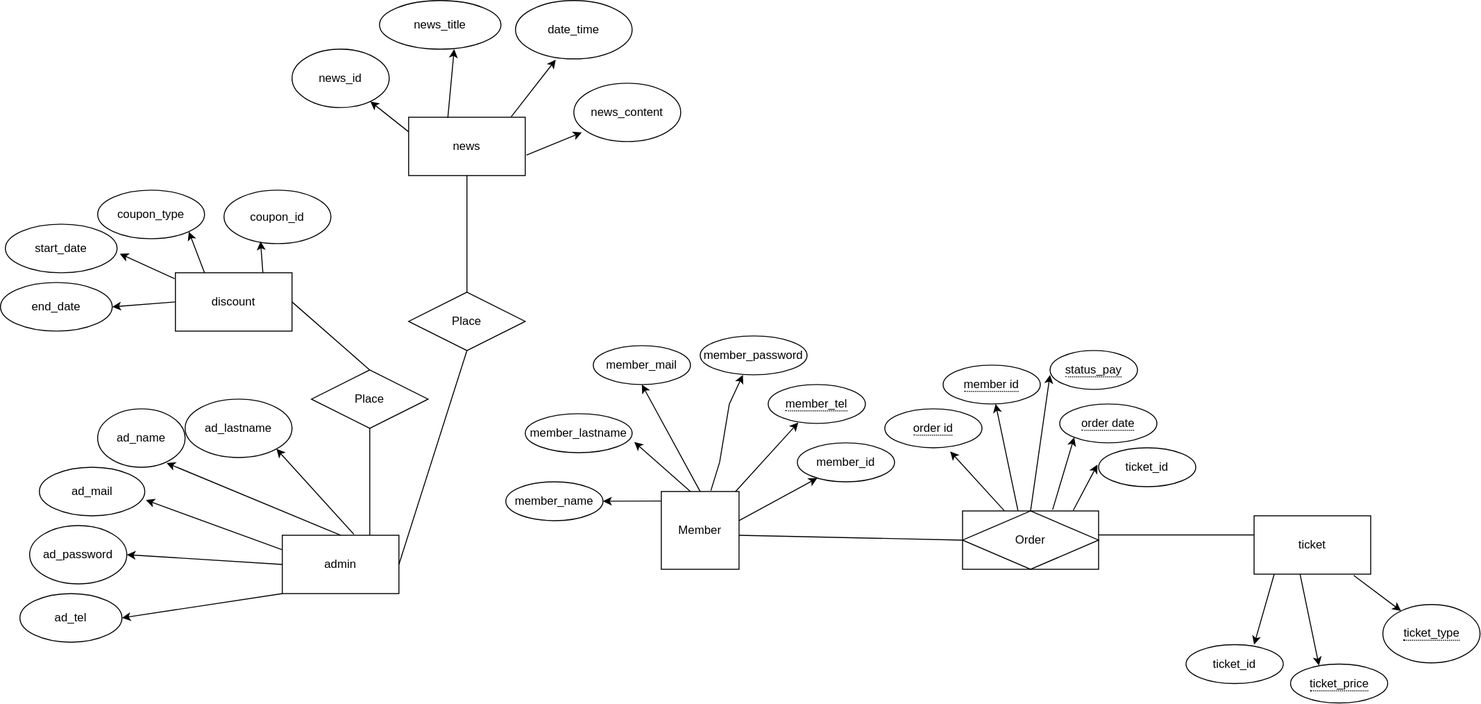
Before: ER.drawio.svg, a diagram exported from draw.io (Jhutatip/Project_kao). Source tidied: cells renumbered, new cells last; positions are measured from the earlier drawing's top-left corner, leaving out a move shared by most shapes.
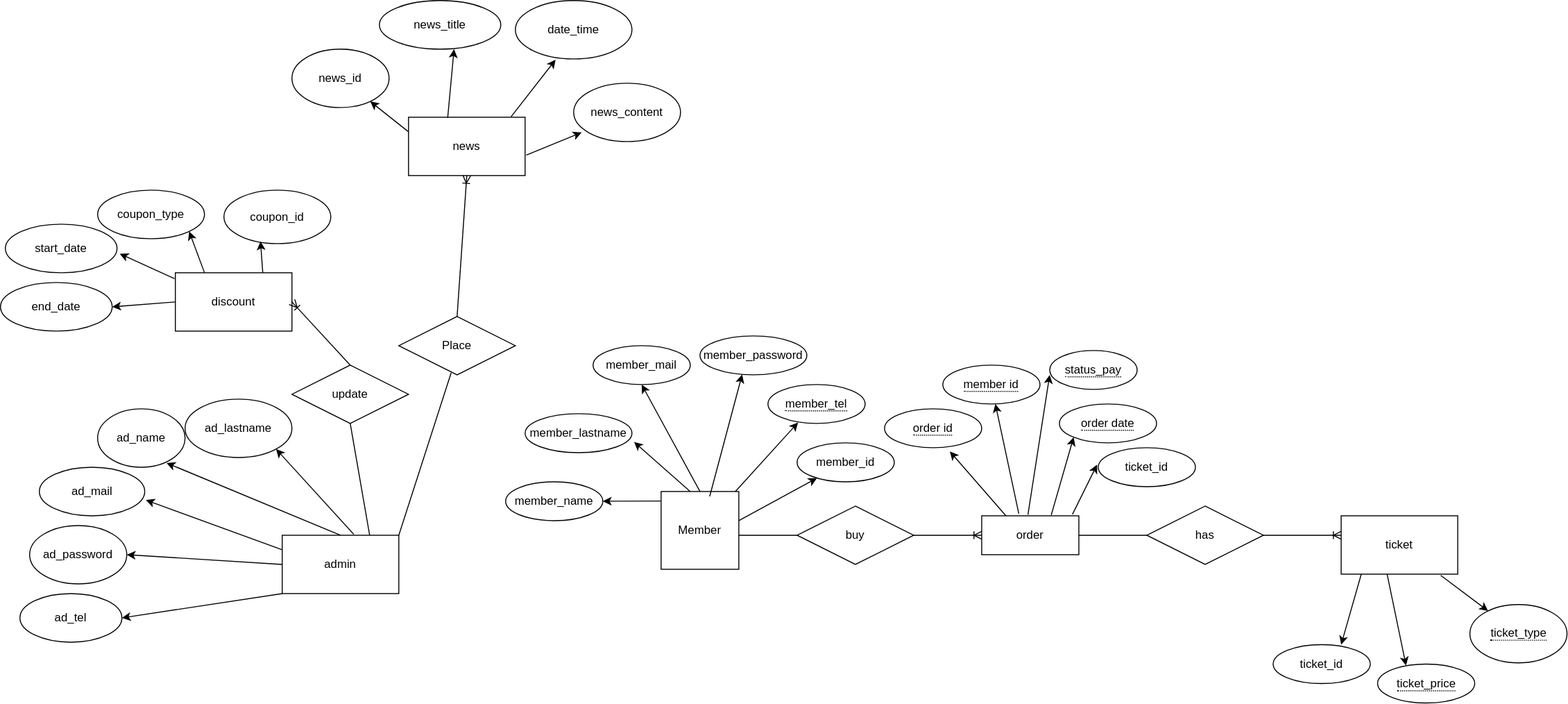
Above is the later version.

Diff of the diagram source:
```diff
@@ -89,65 +89,8 @@
     <mxCell id="30" style="endArrow=classic;html=1;rounded=0;entryX=1;entryY=0.5;entryDx=0;entryDy=0;exitX=0;exitY=0.5;exitDx=0;exitDy=0;" parent="1" edge="1" source="2" target="28">
       <mxGeometry relative="1" as="geometry" />
     </mxCell>
-    <mxCell id="31" style="group;" parent="1" vertex="1">
-      <mxGeometry x="520" y="345" width="400" height="240" as="geometry" />
-    </mxCell>
-    <mxCell id="32" value="Member" style="whiteSpace=wrap;html=1;" parent="31" vertex="1">
-      <mxGeometry x="160" y="160" width="80" height="80" as="geometry" />
-    </mxCell>
-    <mxCell id="33" value="&lt;span style=&quot;border-bottom: 1px dotted&quot;&gt;member_tel&lt;/span&gt;" style="ellipse;whiteSpace=wrap;html=1;align=center;" parent="31" vertex="1">
-      <mxGeometry x="270" y="50" width="100" height="40" as="geometry" />
-    </mxCell>
-    <mxCell id="34" value="member_lastname" style="ellipse;whiteSpace=wrap;html=1;align=center;" parent="31" vertex="1">
-      <mxGeometry x="20" y="80" width="110" height="40" as="geometry" />
-    </mxCell>
-    <mxCell id="35" value="member_mail" style="ellipse;whiteSpace=wrap;html=1;align=center;" parent="31" vertex="1">
-      <mxGeometry x="90" y="10" width="100" height="40" as="geometry" />
-    </mxCell>
-    <mxCell id="36" value="member_name" style="ellipse;whiteSpace=wrap;html=1;align=center;" parent="31" vertex="1">
-      <mxGeometry y="150" width="100" height="40" as="geometry" />
-    </mxCell>
-    <mxCell id="37" value="member_password" style="ellipse;whiteSpace=wrap;html=1;align=center;" parent="31" vertex="1">
-      <mxGeometry x="200" width="110" height="40" as="geometry" />
-    </mxCell>
-    <mxCell id="38" value="member_id" style="ellipse;whiteSpace=wrap;html=1;align=center;" parent="31" vertex="1">
-      <mxGeometry x="300" y="110" width="100" height="40" as="geometry" />
-    </mxCell>
-    <mxCell id="39" style="endArrow=classic;html=1;rounded=0;entryX=0.31;entryY=0.975;entryDx=0;entryDy=0;entryPerimeter=0;" parent="31" edge="1" source="32" target="33">
-      <mxGeometry relative="1" as="geometry" />
-    </mxCell>
-    <mxCell id="40" style="endArrow=classic;html=1;rounded=0;entryX=0.4;entryY=1;entryDx=0;entryDy=0;entryPerimeter=0;exitX=0.638;exitY=-0.012;exitDx=0;exitDy=0;exitPerimeter=0;" parent="31" edge="1" source="32" target="37">
-      <mxGeometry relative="1" as="geometry">
-        <Array as="points">
-          <mxPoint x="220" y="130" />
-          <mxPoint x="230" y="70" />
-        </Array>
-      </mxGeometry>
-    </mxCell>
-    <mxCell id="41" style="endArrow=classic;html=1;rounded=0;exitX=0.375;exitY=0;exitDx=0;exitDy=0;exitPerimeter=0;entryX=1.02;entryY=0.725;entryDx=0;entryDy=0;entryPerimeter=0;" parent="31" edge="1" source="32" target="34">
-      <mxGeometry relative="1" as="geometry" />
-    </mxCell>
-    <mxCell id="42" style="endArrow=classic;html=1;rounded=0;" parent="31" edge="1">
-      <mxGeometry relative="1" as="geometry">
-        <mxPoint x="160" y="169.8" as="sourcePoint" />
-        <mxPoint x="100" y="170" as="targetPoint" />
-      </mxGeometry>
-    </mxCell>
-    <mxCell id="43" style="endArrow=classic;html=1;rounded=0;entryX=0.5;entryY=1;entryDx=0;entryDy=0;exitX=0.5;exitY=0;exitDx=0;exitDy=0;" parent="31" edge="1" source="32" target="35">
-      <mxGeometry relative="1" as="geometry" />
-    </mxCell>
-    <mxCell id="44" style="endArrow=classic;html=1;rounded=0;" parent="31" edge="1" target="38">
-      <mxGeometry relative="1" as="geometry">
-        <mxPoint x="240" y="190" as="sourcePoint" />
-      </mxGeometry>
-    </mxCell>
-    <mxCell id="45" style="endArrow=none;html=1;rounded=0;entryX=0;entryY=0.5;entryDx=0;entryDy=0;" parent="31" edge="1" target="66">
-      <mxGeometry relative="1" as="geometry">
-        <mxPoint x="240" y="205" as="sourcePoint" />
-      </mxGeometry>
-    </mxCell>
     <mxCell id="46" style="group;" parent="1" vertex="1">
-      <mxGeometry x="1220" y="530" width="302.5" height="192.5" as="geometry" />
+      <mxGeometry x="1310" y="530" width="302.5" height="192.5" as="geometry" />
     </mxCell>
     <mxCell id="47" value="ticket_id" style="ellipse;whiteSpace=wrap;html=1;align=center;" parent="46" vertex="1">
       <mxGeometry y="132.5" width="100" height="40" as="geometry" />
@@ -176,12 +119,6 @@
         <mxPoint x="172.5" y="61.2" as="sourcePoint" />
       </mxGeometry>
     </mxCell>
-    <mxCell id="54" value="Place" style="shape=rhombus;perimeter=rhombusPerimeter;whiteSpace=wrap;html=1;align=center;" parent="1" vertex="1">
-      <mxGeometry x="420" y="300" width="120" height="60" as="geometry" />
-    </mxCell>
-    <mxCell id="55" value="Place" style="shape=rhombus;perimeter=rhombusPerimeter;whiteSpace=wrap;html=1;align=center;" parent="1" vertex="1">
-      <mxGeometry x="320" y="380" width="120" height="60" as="geometry" />
-    </mxCell>
     <mxCell id="56" value="&lt;span style=&quot;border-bottom: 1px dotted&quot;&gt;status_pay&lt;/span&gt;" style="ellipse;whiteSpace=wrap;html=1;align=center;" parent="1" vertex="1">
       <mxGeometry x="1080" y="360" width="90" height="40" as="geometry" />
     </mxCell>
@@ -194,50 +131,116 @@
     <mxCell id="59" value="&lt;span style=&quot;border-bottom: 1px dotted&quot;&gt;order date&lt;/span&gt;" style="ellipse;whiteSpace=wrap;html=1;align=center;" parent="1" vertex="1">
       <mxGeometry x="1090" y="415" width="100" height="40" as="geometry" />
     </mxCell>
-    <mxCell id="60" style="endArrow=classic;html=1;rounded=0;exitX=0.308;exitY=-0.001;exitDx=0;exitDy=0;exitPerimeter=0;" parent="1" edge="1" source="66">
+    <mxCell id="60" style="endArrow=classic;html=1;rounded=0;exitX=0.25;exitY=0;exitDx=0;exitDy=0;" parent="1" edge="1" source="72">
       <mxGeometry relative="1" as="geometry">
         <mxPoint x="977.3" y="463.8" as="targetPoint" />
       </mxGeometry>
     </mxCell>
-    <mxCell id="61" style="endArrow=classic;html=1;rounded=0;exitX=0.407;exitY=-0.011;exitDx=0;exitDy=0;exitPerimeter=0;" parent="1" edge="1" source="66" target="58">
+    <mxCell id="61" style="endArrow=classic;html=1;rounded=0;exitX=0.382;exitY=-0.053;exitDx=0;exitDy=0;exitPerimeter=0;" parent="1" edge="1" source="72" target="58">
       <mxGeometry relative="1" as="geometry" />
     </mxCell>
     <mxCell id="62" value="ticket_id" style="ellipse;whiteSpace=wrap;html=1;align=center;" parent="1" vertex="1">
       <mxGeometry x="1130" y="460" width="100" height="40" as="geometry" />
     </mxCell>
-    <mxCell id="63" style="endArrow=classic;html=1;rounded=0;entryX=-0.012;entryY=0.308;entryDx=0;entryDy=0;entryPerimeter=0;exitX=0.814;exitY=-0.011;exitDx=0;exitDy=0;exitPerimeter=0;" parent="1" edge="1" source="66">
+    <mxCell id="63" style="endArrow=classic;html=1;rounded=0;entryX=-0.012;entryY=0.308;entryDx=0;entryDy=0;entryPerimeter=0;exitX=0.934;exitY=-0.037;exitDx=0;exitDy=0;exitPerimeter=0;" parent="1" edge="1" source="72">
       <mxGeometry relative="1" as="geometry">
         <mxPoint x="1128.8" y="477.3" as="targetPoint" />
       </mxGeometry>
     </mxCell>
-    <mxCell id="64" style="endArrow=classic;html=1;rounded=0;entryX=0;entryY=0.5;entryDx=0;entryDy=0;exitX=0.5;exitY=0;exitDx=0;exitDy=0;" parent="1" edge="1" source="66">
+    <mxCell id="64" style="endArrow=classic;html=1;rounded=0;entryX=0;entryY=0.5;entryDx=0;entryDy=0;exitX=0.476;exitY=-0.029;exitDx=0;exitDy=0;exitPerimeter=0;" parent="1" edge="1" source="72">
       <mxGeometry relative="1" as="geometry">
         <mxPoint x="1080" y="385" as="targetPoint" />
       </mxGeometry>
     </mxCell>
-    <mxCell id="65" style="endArrow=classic;html=1;rounded=0;entryX=0;entryY=1;entryDx=0;entryDy=0;exitX=0.662;exitY=-0.022;exitDx=0;exitDy=0;exitPerimeter=0;" parent="1" edge="1" source="66" target="59">
+    <mxCell id="65" style="endArrow=classic;html=1;rounded=0;entryX=0;entryY=1;entryDx=0;entryDy=0;exitX=0.716;exitY=-0.021;exitDx=0;exitDy=0;exitPerimeter=0;" parent="1" edge="1" source="72" target="59">
       <mxGeometry relative="1" as="geometry" />
     </mxCell>
-    <mxCell id="66" value="Order" style="shape=associativeEntity;whiteSpace=wrap;html=1;align=center;" parent="1" vertex="1">
-      <mxGeometry x="990" y="525" width="140" height="60" as="geometry" />
-    </mxCell>
-    <mxCell id="67" style="endArrow=none;html=1;rounded=0;" parent="1" edge="1">
-      <mxGeometry relative="1" as="geometry">
-        <mxPoint x="1130" y="549.7" as="sourcePoint" />
-        <mxPoint x="1290" y="549.7" as="targetPoint" />
-      </mxGeometry>
-    </mxCell>
-    <mxCell id="68" style="endArrow=none;html=1;rounded=0;exitX=0.5;exitY=1;exitDx=0;exitDy=0;entryX=0.75;entryY=0;entryDx=0;entryDy=0;" parent="1" edge="1" source="55" target="3">
-      <mxGeometry relative="1" as="geometry" />
-    </mxCell>
+    <mxCell id="72" value="order" style="whiteSpace=wrap;html=1;align=center;" parent="1" vertex="1">
+      <mxGeometry x="1010" y="530" width="100" height="40" as="geometry" />
+    </mxCell>
+    <mxCell id="73" style="edgeStyle=entityRelationEdgeStyle;fontSize=12;html=1;endArrow=ERoneToMany;rounded=0;entryX=0;entryY=0.5;entryDx=0;entryDy=0;" parent="1" edge="1" target="72">
+      <mxGeometry relative="1" as="geometry">
+        <mxPoint x="760" y="550" as="sourcePoint" />
+      </mxGeometry>
+    </mxCell>
+    <mxCell id="74" value="Text" style="edgeLabel;html=1;align=center;verticalAlign=middle;" parent="73" vertex="1">
+      <mxGeometry x="0.03" y="1" relative="1" as="geometry" />
+    </mxCell>
+    <mxCell id="32" value="Member" style="whiteSpace=wrap;html=1;" parent="1" vertex="1">
+      <mxGeometry x="680" y="505" width="80" height="80" as="geometry" />
+    </mxCell>
+    <mxCell id="33" value="&lt;span style=&quot;border-bottom: 1px dotted&quot;&gt;member_tel&lt;/span&gt;" style="ellipse;whiteSpace=wrap;html=1;align=center;" parent="1" vertex="1">
+      <mxGeometry x="790" y="395" width="100" height="40" as="geometry" />
+    </mxCell>
+    <mxCell id="34" value="member_lastname" style="ellipse;whiteSpace=wrap;html=1;align=center;" parent="1" vertex="1">
+      <mxGeometry x="540" y="425" width="110" height="40" as="geometry" />
+    </mxCell>
+    <mxCell id="35" value="member_mail" style="ellipse;whiteSpace=wrap;html=1;align=center;" parent="1" vertex="1">
+      <mxGeometry x="610" y="355" width="100" height="40" as="geometry" />
+    </mxCell>
+    <mxCell id="36" value="member_name" style="ellipse;whiteSpace=wrap;html=1;align=center;" parent="1" vertex="1">
+      <mxGeometry x="520" y="495" width="100" height="40" as="geometry" />
+    </mxCell>
+    <mxCell id="37" value="member_password" style="ellipse;whiteSpace=wrap;html=1;align=center;" parent="1" vertex="1">
+      <mxGeometry x="720" y="345" width="110" height="40" as="geometry" />
+    </mxCell>
+    <mxCell id="38" value="member_id" style="ellipse;whiteSpace=wrap;html=1;align=center;" parent="1" vertex="1">
+      <mxGeometry x="820" y="455" width="100" height="40" as="geometry" />
+    </mxCell>
+    <mxCell id="39" style="endArrow=classic;html=1;rounded=0;entryX=0.31;entryY=0.975;entryDx=0;entryDy=0;entryPerimeter=0;" parent="1" edge="1" source="32" target="33">
+      <mxGeometry relative="1" as="geometry" />
+    </mxCell>
+    <mxCell id="41" style="endArrow=classic;html=1;rounded=0;exitX=0.375;exitY=0;exitDx=0;exitDy=0;exitPerimeter=0;entryX=1.02;entryY=0.725;entryDx=0;entryDy=0;entryPerimeter=0;" parent="1" edge="1" source="32" target="34">
+      <mxGeometry relative="1" as="geometry" />
+    </mxCell>
+    <mxCell id="42" style="endArrow=classic;html=1;rounded=0;" parent="1" edge="1">
+      <mxGeometry relative="1" as="geometry">
+        <mxPoint x="680" y="514.8" as="sourcePoint" />
+        <mxPoint x="620" y="515" as="targetPoint" />
+      </mxGeometry>
+    </mxCell>
+    <mxCell id="43" style="endArrow=classic;html=1;rounded=0;entryX=0.5;entryY=1;entryDx=0;entryDy=0;exitX=0.5;exitY=0;exitDx=0;exitDy=0;" parent="1" edge="1" source="32" target="35">
+      <mxGeometry relative="1" as="geometry" />
+    </mxCell>
+    <mxCell id="44" style="endArrow=classic;html=1;rounded=0;" parent="1" edge="1" target="38">
+      <mxGeometry relative="1" as="geometry">
+        <mxPoint x="760" y="535" as="sourcePoint" />
+      </mxGeometry>
+    </mxCell>
+    <mxCell id="75" value="buy" style="shape=rhombus;perimeter=rhombusPerimeter;whiteSpace=wrap;html=1;align=center;" parent="1" vertex="1">
+      <mxGeometry x="820" y="520" width="120" height="60" as="geometry" />
+    </mxCell>
+    <mxCell id="76" style="edgeStyle=entityRelationEdgeStyle;fontSize=12;html=1;endArrow=ERoneToMany;rounded=0;exitX=1;exitY=0.5;exitDx=0;exitDy=0;" parent="1" edge="1" source="77">
+      <mxGeometry relative="1" as="geometry">
+        <mxPoint x="1380" y="550" as="targetPoint" />
+      </mxGeometry>
+    </mxCell>
+    <mxCell id="77" value="has" style="shape=rhombus;perimeter=rhombusPerimeter;whiteSpace=wrap;html=1;align=center;" parent="1" vertex="1">
+      <mxGeometry x="1180" y="520" width="120" height="60" as="geometry" />
+    </mxCell>
+    <mxCell id="78" style="endArrow=none;html=1;rounded=0;exitX=1;exitY=0.5;exitDx=0;exitDy=0;" parent="1" edge="1" source="72" target="77">
+      <mxGeometry relative="1" as="geometry" />
+    </mxCell>
+    <mxCell id="40" style="endArrow=classic;html=1;rounded=0;entryX=0.395;entryY=0.99;entryDx=0;entryDy=0;entryPerimeter=0;exitX=0.625;exitY=0.063;exitDx=0;exitDy=0;exitPerimeter=0;" parent="1" edge="1" source="32" target="37">
+      <mxGeometry relative="1" as="geometry" />
+    </mxCell>
-    <mxCell id="69" style="endArrow=none;html=1;rounded=0;entryX=1;entryY=0.5;entryDx=0;entryDy=0;exitX=0.5;exitY=0;exitDx=0;exitDy=0;" parent="1" edge="1" source="55" target="2">
+    <mxCell id="69" style="fontSize=12;html=1;endArrow=ERoneToMany;rounded=0;entryX=1;entryY=0.5;entryDx=0;entryDy=0;exitX=0.5;exitY=0;exitDx=0;exitDy=0;" parent="1" edge="1" source="55" target="2">
       <mxGeometry relative="1" as="geometry" />
     </mxCell>
+    <mxCell id="55" value="update" style="shape=rhombus;perimeter=rhombusPerimeter;whiteSpace=wrap;html=1;align=center;" parent="1" vertex="1">
+      <mxGeometry x="300" y="375" width="120" height="60" as="geometry" />
+    </mxCell>
+    <mxCell id="79" style="endArrow=none;html=1;rounded=0;entryX=0.5;entryY=1;entryDx=0;entryDy=0;exitX=0.75;exitY=0;exitDx=0;exitDy=0;" parent="1" edge="1" source="3" target="55">
+      <mxGeometry relative="1" as="geometry" />
+    </mxCell>
+    <mxCell id="80" style="fontSize=12;html=1;endArrow=ERoneToMany;rounded=0;exitX=0.5;exitY=0;exitDx=0;exitDy=0;entryX=0.5;entryY=1;entryDx=0;entryDy=0;" parent="1" edge="1" source="54" target="18">
+      <mxGeometry relative="1" as="geometry" />
+    </mxCell>
+    <mxCell id="54" value="Place" style="shape=rhombus;perimeter=rhombusPerimeter;whiteSpace=wrap;html=1;align=center;" parent="1" vertex="1">
+      <mxGeometry x="410" y="325" width="120" height="60" as="geometry" />
+    </mxCell>
-    <mxCell id="70" style="endArrow=none;html=1;rounded=0;entryX=0.5;entryY=1;entryDx=0;entryDy=0;exitX=1;exitY=0.5;exitDx=0;exitDy=0;" parent="1" edge="1" source="3" target="54">
+    <mxCell id="70" style="endArrow=none;html=1;rounded=0;entryX=0.449;entryY=0.965;entryDx=0;entryDy=0;entryPerimeter=0;exitX=1;exitY=0;exitDx=0;exitDy=0;" parent="1" edge="1" source="3" target="54">
       <mxGeometry relative="1" as="geometry" />
     </mxCell>
-    <mxCell id="71" style="endArrow=none;html=1;rounded=0;entryX=0.5;entryY=0;entryDx=0;entryDy=0;exitX=0.5;exitY=1;exitDx=0;exitDy=0;" parent="1" edge="1" source="18" target="54">
-      <mxGeometry relative="1" as="geometry" />
-    </mxCell>
   </root>
 </mxGraphModel>
```
